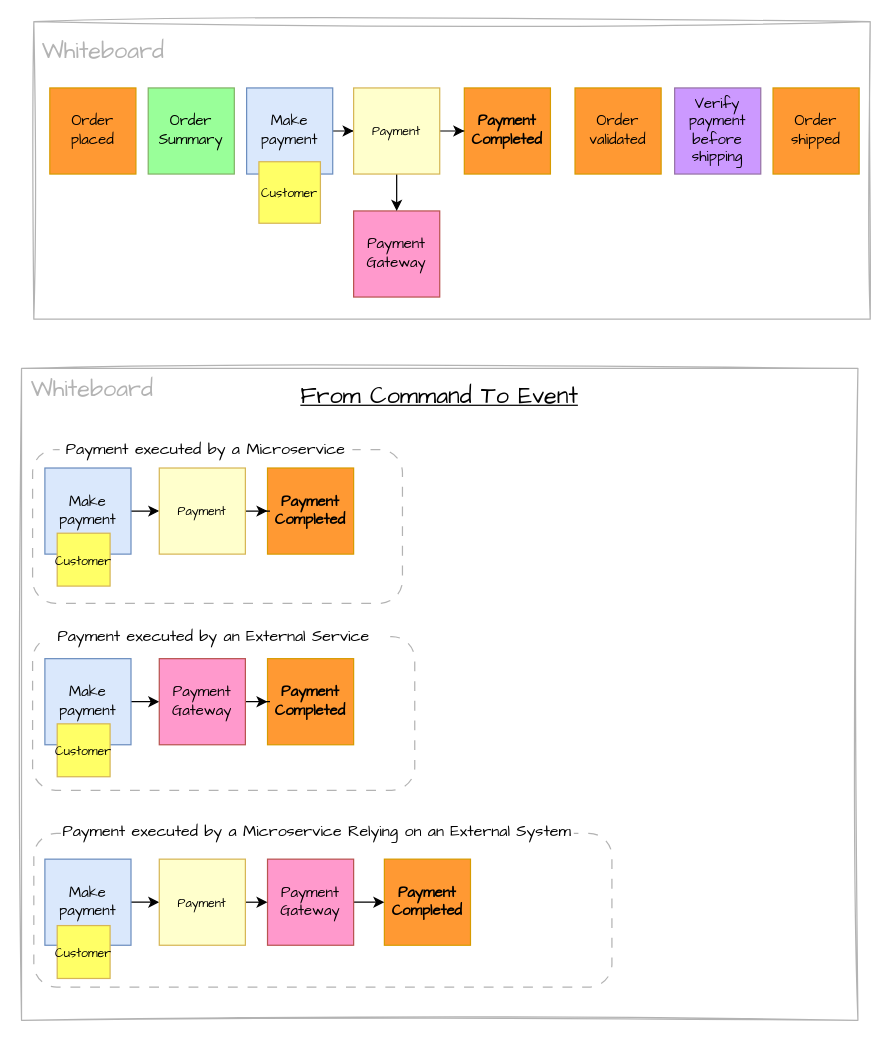
The draw.io diagram page "03-SOFT01" (7 of 12) of content/en/knowledgebase/ddd-eventstorming/eventstorming.drawio in mauvaisetroupe/architech, before the edit. Source tidied: cells renumbered, new cells numbered last; positions are measured from the earlier drawing's top-left corner, leaving out a move shared by most shapes. Both pictures are drawn from the tidied source at 123%, with x=0, y=0 at pixel (21, 21).
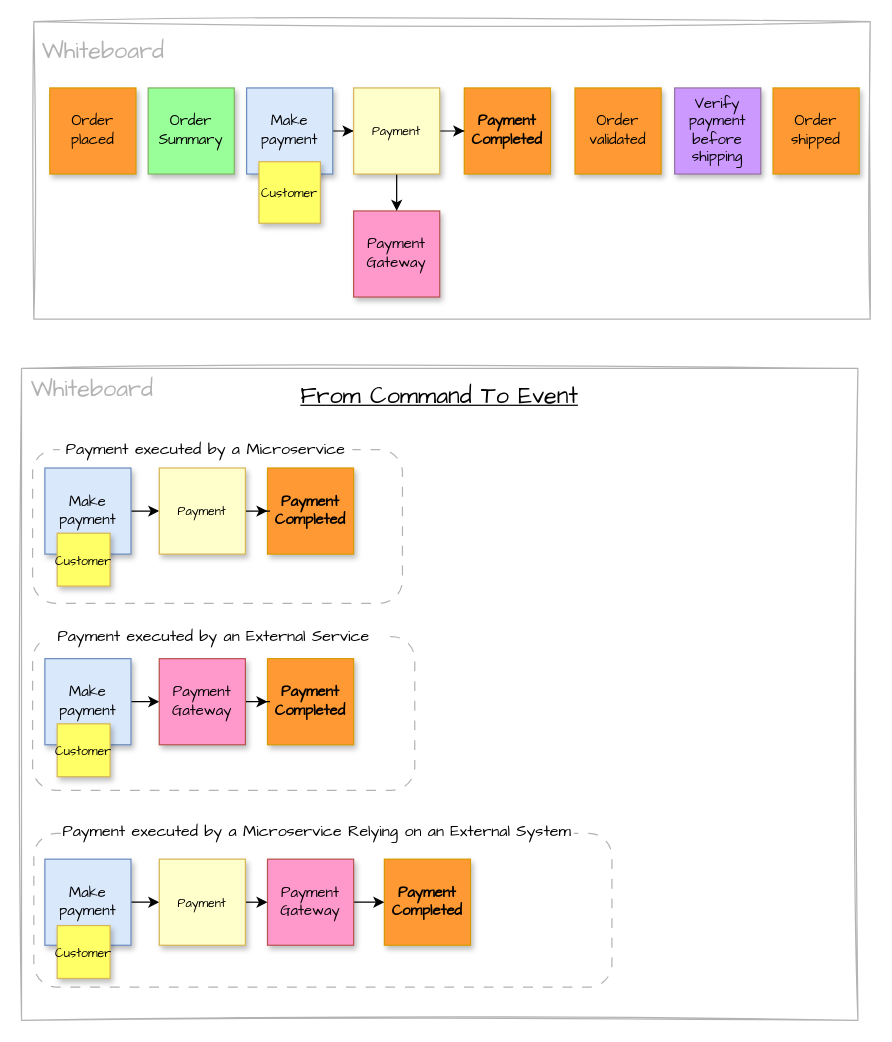
Above is the later version.

Change to the diagram source:
```diff
@@
-    <mxCell id="5" value="Order placed" style="whiteSpace=wrap;html=1;hachureGap=4;fontFamily=Architects Daughter;fillColor=#FF9933;strokeColor=#d79b00;spacingTop=2;spacingLeft=2;spacingBottom=2;spacingRight=2;align=center;verticalAlign=middle;fontSize=12;fontColor=default;flipH=0;flipV=1;" parent="1" vertex="1">
+    <mxCell id="5" value="Order placed" style="whiteSpace=wrap;html=1;hachureGap=4;fontFamily=Architects Daughter;fillColor=#FF9933;strokeColor=#d79b00;spacingTop=2;spacingLeft=2;spacingBottom=2;spacingRight=2;align=center;verticalAlign=middle;fontSize=12;fontColor=default;flipH=0;flipV=1;shadow=1;" parent="1" vertex="1">
       <mxGeometry x="23" y="54" width="70" height="70" as="geometry" />
     </mxCell>
@@
-    <mxCell id="7" value="Make payment" style="whiteSpace=wrap;html=1;hachureGap=4;fontFamily=Architects Daughter;fillColor=#dae8fc;strokeColor=#6c8ebf;spacingTop=2;spacingLeft=2;spacingBottom=2;spacingRight=2;align=center;verticalAlign=middle;fontSize=12;flipH=0;flipV=1;" parent="1" vertex="1">
+    <mxCell id="7" value="Make payment" style="whiteSpace=wrap;html=1;hachureGap=4;fontFamily=Architects Daughter;fillColor=#dae8fc;strokeColor=#6c8ebf;spacingTop=2;spacingLeft=2;spacingBottom=2;spacingRight=2;align=center;verticalAlign=middle;fontSize=12;flipH=0;flipV=1;shadow=1;" parent="1" vertex="1">
       <mxGeometry x="183" y="54" width="70" height="70" as="geometry" />
     </mxCell>
-    <mxCell id="8" value="Customer" style="whiteSpace=wrap;html=1;hachureGap=4;fontFamily=Architects Daughter;fillColor=#FFFF66;strokeColor=#d6b656;spacingTop=2;spacingLeft=2;spacingBottom=2;spacingRight=2;fontSize=10;" parent="1" vertex="1">
+    <mxCell id="8" value="Customer" style="whiteSpace=wrap;html=1;hachureGap=4;fontFamily=Architects Daughter;fillColor=#FFFF66;strokeColor=#d6b656;spacingTop=2;spacingLeft=2;spacingBottom=2;spacingRight=2;fontSize=10;shadow=1;" parent="1" vertex="1">
       <mxGeometry x="193" y="114" width="50" height="50" as="geometry" />
     </mxCell>
-    <mxCell id="9" value="&lt;strong&gt;Payment Completed&lt;/strong&gt;" style="whiteSpace=wrap;html=1;hachureGap=4;fontFamily=Architects Daughter;fillColor=#FF9933;strokeColor=#d79b00;spacingTop=2;spacingLeft=2;spacingBottom=2;spacingRight=2;flipH=0;flipV=1;" parent="1" vertex="1">
+    <mxCell id="9" value="&lt;strong&gt;Payment Completed&lt;/strong&gt;" style="whiteSpace=wrap;html=1;hachureGap=4;fontFamily=Architects Daughter;fillColor=#FF9933;strokeColor=#d79b00;spacingTop=2;spacingLeft=2;spacingBottom=2;spacingRight=2;flipH=0;flipV=1;shadow=1;" parent="1" vertex="1">
       <mxGeometry x="360" y="54" width="70" height="70" as="geometry" />
     </mxCell>
-    <mxCell id="10" value="Order Summary" style="whiteSpace=wrap;html=1;hachureGap=4;fontFamily=Architects Daughter;fillColor=#99FF99;strokeColor=#82b366;spacingTop=2;spacingLeft=2;spacingBottom=2;spacingRight=2;flipH=0;flipV=1;" parent="1" vertex="1">
+    <mxCell id="10" value="Order Summary" style="whiteSpace=wrap;html=1;hachureGap=4;fontFamily=Architects Daughter;fillColor=#99FF99;strokeColor=#82b366;spacingTop=2;spacingLeft=2;spacingBottom=2;spacingRight=2;flipH=0;flipV=1;shadow=1;" parent="1" vertex="1">
       <mxGeometry x="103" y="54" width="70" height="70" as="geometry" />
     </mxCell>
-    <mxCell id="11" value="Payment Gateway" style="whiteSpace=wrap;html=1;hachureGap=4;fontFamily=Architects Daughter;fillColor=#FF99CC;strokeColor=#b85450;spacingTop=2;spacingLeft=2;spacingBottom=2;spacingRight=2;" parent="1" vertex="1">
+    <mxCell id="11" value="Payment Gateway" style="whiteSpace=wrap;html=1;hachureGap=4;fontFamily=Architects Daughter;fillColor=#FF99CC;strokeColor=#b85450;spacingTop=2;spacingLeft=2;spacingBottom=2;spacingRight=2;shadow=1;" parent="1" vertex="1">
       <mxGeometry x="270" y="154" width="70" height="70" as="geometry" />
     </mxCell>
@@
-    <mxCell id="14" value="Payment" style="whiteSpace=wrap;html=1;hachureGap=4;fontFamily=Architects Daughter;fillColor=#FFFFCC;strokeColor=#d6b656;spacingTop=2;spacingLeft=2;spacingBottom=2;spacingRight=2;align=center;verticalAlign=middle;fontSize=10;fontColor=default;flipH=0;flipV=1;" parent="1" vertex="1">
+    <mxCell id="14" value="Payment" style="whiteSpace=wrap;html=1;hachureGap=4;fontFamily=Architects Daughter;fillColor=#FFFFCC;strokeColor=#d6b656;spacingTop=2;spacingLeft=2;spacingBottom=2;spacingRight=2;align=center;verticalAlign=middle;fontSize=10;fontColor=default;flipH=0;flipV=1;shadow=1;" parent="1" vertex="1">
       <mxGeometry x="270" y="54" width="70" height="70" as="geometry" />
     </mxCell>
-    <mxCell id="15" value="Verify payment before shipping" style="whiteSpace=wrap;html=1;hachureGap=4;fontFamily=Architects Daughter;fillColor=#CC99FF;strokeColor=#9673a6;spacingTop=2;spacingLeft=2;spacingBottom=2;spacingRight=2;" parent="1" vertex="1">
+    <mxCell id="15" value="Verify payment before shipping" style="whiteSpace=wrap;html=1;hachureGap=4;fontFamily=Architects Daughter;fillColor=#CC99FF;strokeColor=#9673a6;spacingTop=2;spacingLeft=2;spacingBottom=2;spacingRight=2;shadow=1;" parent="1" vertex="1">
       <mxGeometry x="531" y="54" width="70" height="70" as="geometry" />
     </mxCell>
-    <mxCell id="16" value="Order validated" style="whiteSpace=wrap;html=1;hachureGap=4;fontFamily=Architects Daughter;fillColor=#FF9933;strokeColor=#d79b00;spacingTop=2;spacingLeft=2;spacingBottom=2;spacingRight=2;align=center;verticalAlign=middle;fontSize=12;fontColor=default;" parent="1" vertex="1">
+    <mxCell id="16" value="Order validated" style="whiteSpace=wrap;html=1;hachureGap=4;fontFamily=Architects Daughter;fillColor=#FF9933;strokeColor=#d79b00;spacingTop=2;spacingLeft=2;spacingBottom=2;spacingRight=2;align=center;verticalAlign=middle;fontSize=12;fontColor=default;shadow=1;" parent="1" vertex="1">
       <mxGeometry x="450" y="54" width="70" height="70" as="geometry" />
     </mxCell>
-    <mxCell id="17" value="Order shipped" style="whiteSpace=wrap;html=1;hachureGap=4;fontFamily=Architects Daughter;fillColor=#FF9933;strokeColor=#d79b00;spacingTop=2;spacingLeft=2;spacingBottom=2;spacingRight=2;align=center;verticalAlign=middle;fontSize=12;fontColor=default;" parent="1" vertex="1">
+    <mxCell id="17" value="Order shipped" style="whiteSpace=wrap;html=1;hachureGap=4;fontFamily=Architects Daughter;fillColor=#FF9933;strokeColor=#d79b00;spacingTop=2;spacingLeft=2;spacingBottom=2;spacingRight=2;align=center;verticalAlign=middle;fontSize=12;fontColor=default;shadow=1;" parent="1" vertex="1">
       <mxGeometry x="611" y="54" width="70" height="70" as="geometry" />
     </mxCell>
@@
-    <mxCell id="22" value="Make payment" style="whiteSpace=wrap;html=1;hachureGap=4;fontFamily=Architects Daughter;fillColor=#dae8fc;strokeColor=#6c8ebf;spacingTop=2;spacingLeft=2;spacingBottom=2;spacingRight=2;align=center;verticalAlign=middle;fontSize=12;flipH=0;flipV=1;" parent="1" vertex="1">
+    <mxCell id="22" value="Make payment" style="whiteSpace=wrap;html=1;hachureGap=4;fontFamily=Architects Daughter;fillColor=#dae8fc;strokeColor=#6c8ebf;spacingTop=2;spacingLeft=2;spacingBottom=2;spacingRight=2;align=center;verticalAlign=middle;fontSize=12;flipH=0;flipV=1;shadow=1;" parent="1" vertex="1">
       <mxGeometry x="19" y="363" width="70" height="70" as="geometry" />
     </mxCell>
-    <mxCell id="23" value="Customer" style="whiteSpace=wrap;html=1;hachureGap=4;fontFamily=Architects Daughter;fillColor=#FFFF66;strokeColor=#d6b656;spacingTop=2;spacingLeft=2;spacingBottom=2;spacingRight=2;fontSize=10;" parent="1" vertex="1">
+    <mxCell id="23" value="Customer" style="whiteSpace=wrap;html=1;hachureGap=4;fontFamily=Architects Daughter;fillColor=#FFFF66;strokeColor=#d6b656;spacingTop=2;spacingLeft=2;spacingBottom=2;spacingRight=2;fontSize=10;shadow=1;" parent="1" vertex="1">
       <mxGeometry x="29" y="416" width="43" height="43" as="geometry" />
     </mxCell>
-    <mxCell id="24" value="&lt;strong&gt;Payment Completed&lt;/strong&gt;" style="whiteSpace=wrap;html=1;hachureGap=4;fontFamily=Architects Daughter;fillColor=#FF9933;strokeColor=#d79b00;spacingTop=2;spacingLeft=2;spacingBottom=2;spacingRight=2;flipH=0;flipV=1;" parent="1" vertex="1">
+    <mxCell id="24" value="&lt;strong&gt;Payment Completed&lt;/strong&gt;" style="whiteSpace=wrap;html=1;hachureGap=4;fontFamily=Architects Daughter;fillColor=#FF9933;strokeColor=#d79b00;spacingTop=2;spacingLeft=2;spacingBottom=2;spacingRight=2;flipH=0;flipV=1;shadow=1;" parent="1" vertex="1">
       <mxGeometry x="200" y="363" width="70" height="70" as="geometry" />
     </mxCell>
@@
-    <mxCell id="26" value="Payment" style="whiteSpace=wrap;html=1;hachureGap=4;fontFamily=Architects Daughter;fillColor=#FFFFCC;strokeColor=#d6b656;spacingTop=2;spacingLeft=2;spacingBottom=2;spacingRight=2;align=center;verticalAlign=middle;fontSize=10;fontColor=default;flipH=0;flipV=1;" parent="1" vertex="1">
+    <mxCell id="26" value="Payment" style="whiteSpace=wrap;html=1;hachureGap=4;fontFamily=Architects Daughter;fillColor=#FFFFCC;strokeColor=#d6b656;spacingTop=2;spacingLeft=2;spacingBottom=2;spacingRight=2;align=center;verticalAlign=middle;fontSize=10;fontColor=default;flipH=0;flipV=1;shadow=1;" parent="1" vertex="1">
       <mxGeometry x="112" y="363" width="70" height="70" as="geometry" />
     </mxCell>
@@
-    <mxCell id="30" value="Make payment" style="whiteSpace=wrap;html=1;hachureGap=4;fontFamily=Architects Daughter;fillColor=#dae8fc;strokeColor=#6c8ebf;spacingTop=2;spacingLeft=2;spacingBottom=2;spacingRight=2;align=center;verticalAlign=middle;fontSize=12;flipH=0;flipV=1;" parent="1" vertex="1">
+    <mxCell id="30" value="Make payment" style="whiteSpace=wrap;html=1;hachureGap=4;fontFamily=Architects Daughter;fillColor=#dae8fc;strokeColor=#6c8ebf;spacingTop=2;spacingLeft=2;spacingBottom=2;spacingRight=2;align=center;verticalAlign=middle;fontSize=12;flipH=0;flipV=1;shadow=1;" parent="1" vertex="1">
       <mxGeometry x="19" y="681" width="70" height="70" as="geometry" />
     </mxCell>
-    <mxCell id="31" value="Customer" style="whiteSpace=wrap;html=1;hachureGap=4;fontFamily=Architects Daughter;fillColor=#FFFF66;strokeColor=#d6b656;spacingTop=2;spacingLeft=2;spacingBottom=2;spacingRight=2;fontSize=10;" parent="1" vertex="1">
+    <mxCell id="31" value="Customer" style="whiteSpace=wrap;html=1;hachureGap=4;fontFamily=Architects Daughter;fillColor=#FFFF66;strokeColor=#d6b656;spacingTop=2;spacingLeft=2;spacingBottom=2;spacingRight=2;fontSize=10;shadow=1;" parent="1" vertex="1">
       <mxGeometry x="29" y="735" width="43" height="43" as="geometry" />
     </mxCell>
-    <mxCell id="32" value="&lt;strong&gt;Payment Completed&lt;/strong&gt;" style="whiteSpace=wrap;html=1;hachureGap=4;fontFamily=Architects Daughter;fillColor=#FF9933;strokeColor=#d79b00;spacingTop=2;spacingLeft=2;spacingBottom=2;spacingRight=2;flipH=0;flipV=1;" parent="1" vertex="1">
+    <mxCell id="32" value="&lt;strong&gt;Payment Completed&lt;/strong&gt;" style="whiteSpace=wrap;html=1;hachureGap=4;fontFamily=Architects Daughter;fillColor=#FF9933;strokeColor=#d79b00;spacingTop=2;spacingLeft=2;spacingBottom=2;spacingRight=2;flipH=0;flipV=1;shadow=1;" parent="1" vertex="1">
       <mxGeometry x="295" y="681" width="70" height="70" as="geometry" />
     </mxCell>
@@
-    <mxCell id="34" value="Payment Gateway" style="whiteSpace=wrap;html=1;hachureGap=4;fontFamily=Architects Daughter;fillColor=#FF99CC;strokeColor=#b85450;spacingTop=2;spacingLeft=2;spacingBottom=2;spacingRight=2;" parent="1" vertex="1">
+    <mxCell id="34" value="Payment Gateway" style="whiteSpace=wrap;html=1;hachureGap=4;fontFamily=Architects Daughter;fillColor=#FF99CC;strokeColor=#b85450;spacingTop=2;spacingLeft=2;spacingBottom=2;spacingRight=2;shadow=1;" parent="1" vertex="1">
       <mxGeometry x="200" y="681" width="70" height="70" as="geometry" />
     </mxCell>
@@
-    <mxCell id="36" value="Payment" style="whiteSpace=wrap;html=1;hachureGap=4;fontFamily=Architects Daughter;fillColor=#FFFFCC;strokeColor=#d6b656;spacingTop=2;spacingLeft=2;spacingBottom=2;spacingRight=2;align=center;verticalAlign=middle;fontSize=10;fontColor=default;flipH=0;flipV=1;" parent="1" vertex="1">
+    <mxCell id="36" value="Payment" style="whiteSpace=wrap;html=1;hachureGap=4;fontFamily=Architects Daughter;fillColor=#FFFFCC;strokeColor=#d6b656;spacingTop=2;spacingLeft=2;spacingBottom=2;spacingRight=2;align=center;verticalAlign=middle;fontSize=10;fontColor=default;flipH=0;flipV=1;shadow=1;" parent="1" vertex="1">
       <mxGeometry x="112" y="681" width="70" height="70" as="geometry" />
     </mxCell>
@@
-    <mxCell id="40" value="Make payment" style="whiteSpace=wrap;html=1;hachureGap=4;fontFamily=Architects Daughter;fillColor=#dae8fc;strokeColor=#6c8ebf;spacingTop=2;spacingLeft=2;spacingBottom=2;spacingRight=2;align=center;verticalAlign=middle;fontSize=12;" parent="1" vertex="1">
+    <mxCell id="40" value="Make payment" style="whiteSpace=wrap;html=1;hachureGap=4;fontFamily=Architects Daughter;fillColor=#dae8fc;strokeColor=#6c8ebf;spacingTop=2;spacingLeft=2;spacingBottom=2;spacingRight=2;align=center;verticalAlign=middle;fontSize=12;shadow=1;" parent="1" vertex="1">
       <mxGeometry x="19" y="518" width="70" height="70" as="geometry" />
     </mxCell>
-    <mxCell id="41" value="&lt;strong&gt;Payment Completed&lt;/strong&gt;" style="whiteSpace=wrap;html=1;hachureGap=4;fontFamily=Architects Daughter;fillColor=#FF9933;strokeColor=#d79b00;spacingTop=2;spacingLeft=2;spacingBottom=2;spacingRight=2;" parent="1" vertex="1">
+    <mxCell id="41" value="&lt;strong&gt;Payment Completed&lt;/strong&gt;" style="whiteSpace=wrap;html=1;hachureGap=4;fontFamily=Architects Daughter;fillColor=#FF9933;strokeColor=#d79b00;spacingTop=2;spacingLeft=2;spacingBottom=2;spacingRight=2;shadow=1;" parent="1" vertex="1">
       <mxGeometry x="200" y="518" width="70" height="70" as="geometry" />
     </mxCell>
-    <mxCell id="42" value="Customer" style="whiteSpace=wrap;html=1;hachureGap=4;fontFamily=Architects Daughter;fillColor=#FFFF66;strokeColor=#d6b656;spacingTop=2;spacingLeft=2;spacingBottom=2;spacingRight=2;fontSize=10;" parent="1" vertex="1">
+    <mxCell id="42" value="Customer" style="whiteSpace=wrap;html=1;hachureGap=4;fontFamily=Architects Daughter;fillColor=#FFFF66;strokeColor=#d6b656;spacingTop=2;spacingLeft=2;spacingBottom=2;spacingRight=2;fontSize=10;shadow=1;" parent="1" vertex="1">
       <mxGeometry x="29" y="571" width="43" height="43" as="geometry" />
     </mxCell>
@@
-    <mxCell id="44" value="Payment Gateway" style="whiteSpace=wrap;html=1;hachureGap=4;fontFamily=Architects Daughter;fillColor=#FF99CC;strokeColor=#b85450;spacingTop=2;spacingLeft=2;spacingBottom=2;spacingRight=2;" parent="1" vertex="1">
+    <mxCell id="44" value="Payment Gateway" style="whiteSpace=wrap;html=1;hachureGap=4;fontFamily=Architects Daughter;fillColor=#FF99CC;strokeColor=#b85450;spacingTop=2;spacingLeft=2;spacingBottom=2;spacingRight=2;shadow=1;" parent="1" vertex="1">
       <mxGeometry x="112" y="518" width="70" height="70" as="geometry" />
     </mxCell>
```
